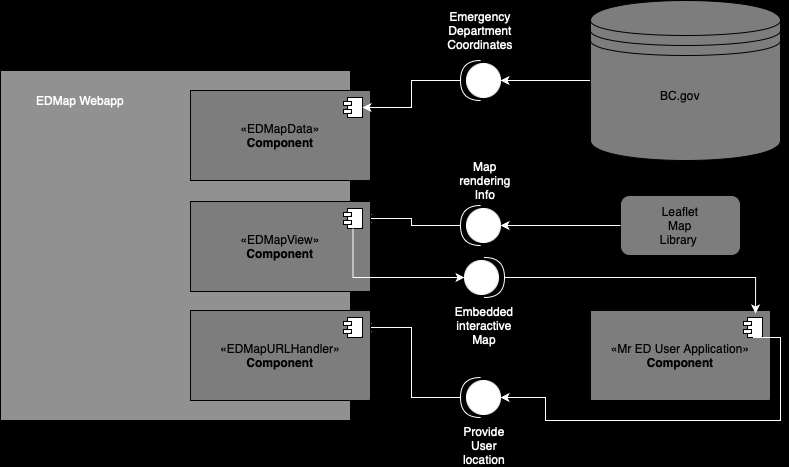
Above: Assets/M2/MapServiceAssets/Map_CC.png in uvic-teach/project-m1-team9 (draw.io), before the change. Source tidied: cells renumbered, new cells last; positions are measured from the earlier drawing's top-left corner, leaving out a move shared by most shapes.
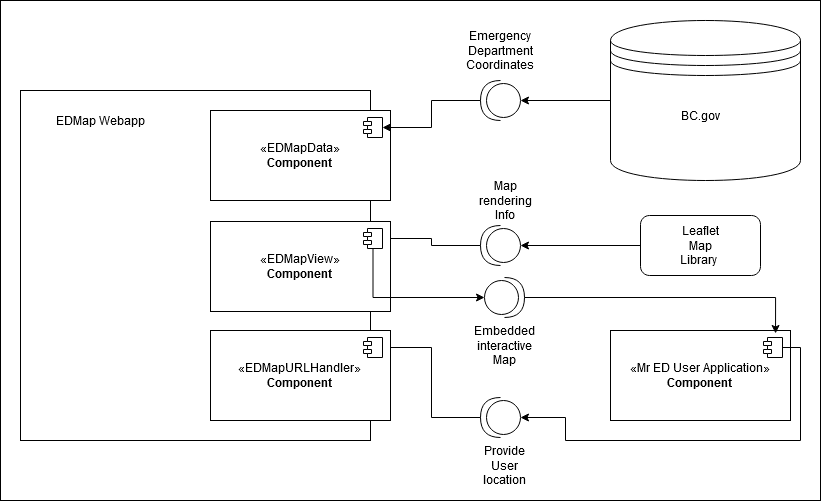
After the change.

Diff of the diagram source:
```diff
@@ -1,8 +1,11 @@
-<mxGraphModel background="#000000">
+<mxGraphModel background="#FFFFFF">
   <root>
     <mxCell id="0" />
     <mxCell id="1" parent="0" />
+    <mxCell id="32" style="rounded=0;whiteSpace=wrap;html=1;" parent="1" vertex="1">
+      <mxGeometry x="-20" y="-20" width="820" height="500" as="geometry" />
+    </mxCell>
-    <mxCell id="2" value="«Mr ED User Application»&lt;br&gt;&lt;b&gt;Component&lt;/b&gt;" style="html=1;whiteSpace=wrap;fillColor=#7D7D7D;" parent="1" vertex="1">
+    <mxCell id="2" value="«Mr ED User Application»&lt;br&gt;&lt;b&gt;Component&lt;/b&gt;" style="html=1;whiteSpace=wrap;" parent="1" vertex="1">
       <mxGeometry x="590" y="310" width="180" height="90" as="geometry" />
     </mxCell>
     <mxCell id="3" style="shape=module;jettyWidth=8;jettyHeight=4;" parent="2" vertex="1">
@@ -10,13 +13,13 @@
         <mxPoint x="-27" y="7" as="offset" />
       </mxGeometry>
     </mxCell>
-    <mxCell id="4" style="whiteSpace=wrap;html=1;labelBackgroundColor=none;fillColor=#919191;" parent="1" vertex="1">
+    <mxCell id="4" style="whiteSpace=wrap;html=1;labelBackgroundColor=none;" parent="1" vertex="1">
       <mxGeometry y="70" width="350" height="350" as="geometry" />
     </mxCell>
-    <mxCell id="5" value="&lt;font color=&quot;#ffffff&quot;&gt;EDMap Webapp&lt;/font&gt;" style="text;html=1;strokeColor=none;fillColor=none;align=center;verticalAlign=middle;whiteSpace=wrap;rounded=0;" parent="1" vertex="1">
+    <mxCell id="5" value="EDMap Webapp" style="text;html=1;align=center;verticalAlign=middle;whiteSpace=wrap;rounded=0;" parent="1" vertex="1">
       <mxGeometry x="10" y="80" width="140" height="40" as="geometry" />
     </mxCell>
-    <mxCell id="6" value="«EDMapData»&lt;br&gt;&lt;b&gt;Component&lt;/b&gt;" style="html=1;whiteSpace=wrap;fillColor=#7D7D7D;" parent="1" vertex="1">
+    <mxCell id="6" value="«EDMapData»&lt;br&gt;&lt;b&gt;Component&lt;/b&gt;" style="html=1;whiteSpace=wrap;" parent="1" vertex="1">
       <mxGeometry x="190" y="90" width="180" height="90" as="geometry" />
     </mxCell>
     <mxCell id="7" style="shape=module;jettyWidth=8;jettyHeight=4;" parent="6" vertex="1">
@@ -24,40 +27,40 @@
         <mxPoint x="-27" y="7" as="offset" />
       </mxGeometry>
     </mxCell>
-    <mxCell id="8" style="edgeStyle=orthogonalEdgeStyle;rounded=0;jettySize=auto;html=1;strokeColor=#FFFFFF;" parent="1" edge="1" source="9" target="11">
+    <mxCell id="8" style="edgeStyle=orthogonalEdgeStyle;rounded=0;jettySize=auto;html=1;" parent="1" edge="1" source="9" target="11">
       <mxGeometry relative="1" as="geometry" />
     </mxCell>
-    <mxCell id="9" style="shape=datastore;whiteSpace=wrap;html=1;fillColor=#7D7D7D;" parent="1" vertex="1">
+    <mxCell id="9" style="shape=datastore;whiteSpace=wrap;html=1;" parent="1" vertex="1">
       <mxGeometry x="590" width="190" height="160" as="geometry" />
     </mxCell>
-    <mxCell id="10" style="edgeStyle=orthogonalEdgeStyle;rounded=0;jettySize=auto;html=1;strokeColor=#FFFFFF;" parent="1" edge="1" source="11" target="7">
+    <mxCell id="10" style="edgeStyle=orthogonalEdgeStyle;rounded=0;jettySize=auto;html=1;" parent="1" edge="1" source="11" target="7">
       <mxGeometry relative="1" as="geometry" />
     </mxCell>
-    <mxCell id="11" style="shape=providedRequiredInterface;html=1;verticalLabelPosition=bottom;sketch=0;rotation=-180;fontColor=#FFFFFF;strokeColor=#FFFFFF;" parent="1" vertex="1">
+    <mxCell id="11" style="shape=providedRequiredInterface;html=1;verticalLabelPosition=bottom;sketch=0;rotation=-180;" parent="1" vertex="1">
       <mxGeometry x="460" y="60" width="40" height="40" as="geometry" />
     </mxCell>
-    <mxCell id="12" value="Emergency Department Coordinates" style="text;html=1;strokeColor=none;fillColor=none;align=center;verticalAlign=middle;whiteSpace=wrap;rounded=0;fontColor=#FFFFFF;" parent="1" vertex="1">
+    <mxCell id="12" value="Emergency Department Coordinates" style="text;html=1;align=center;verticalAlign=middle;whiteSpace=wrap;rounded=0;" parent="1" vertex="1">
       <mxGeometry x="445" y="10" width="70" height="40" as="geometry" />
     </mxCell>
-    <mxCell id="13" style="edgeStyle=orthogonalEdgeStyle;rounded=0;jettySize=auto;html=1;exitX=1;exitY=0.5;exitDx=0;exitDy=0;exitPerimeter=0;entryX=1;entryY=0.5;entryDx=0;entryDy=0;strokeColor=#FFFFFF;" parent="1" edge="1" source="14" target="20">
+    <mxCell id="13" style="edgeStyle=orthogonalEdgeStyle;rounded=0;jettySize=auto;html=1;exitX=1;exitY=0.5;exitDx=0;exitDy=0;exitPerimeter=0;entryX=1;entryY=0.5;entryDx=0;entryDy=0;" parent="1" edge="1" source="14" target="20">
       <mxGeometry relative="1" as="geometry" />
     </mxCell>
-    <mxCell id="14" style="shape=providedRequiredInterface;html=1;verticalLabelPosition=bottom;sketch=0;rotation=-180;fillColor=default;strokeColor=#FFFFFF;" parent="1" vertex="1">
+    <mxCell id="14" style="shape=providedRequiredInterface;html=1;verticalLabelPosition=bottom;sketch=0;rotation=-180;" parent="1" vertex="1">
       <mxGeometry x="460" y="205" width="40" height="40" as="geometry" />
     </mxCell>
-    <mxCell id="15" style="rounded=1;whiteSpace=wrap;html=1;fillColor=#7D7D7D;" parent="1" vertex="1">
+    <mxCell id="15" style="rounded=1;whiteSpace=wrap;html=1;" parent="1" vertex="1">
       <mxGeometry x="620" y="195" width="120" height="60" as="geometry" />
     </mxCell>
-    <mxCell id="16" value="BC.gov" style="text;html=1;strokeColor=none;fillColor=none;align=center;verticalAlign=middle;whiteSpace=wrap;rounded=0;" parent="1" vertex="1">
+    <mxCell id="16" value="BC.gov" style="text;html=1;align=center;verticalAlign=middle;whiteSpace=wrap;rounded=0;" parent="1" vertex="1">
       <mxGeometry x="650" y="80" width="60" height="30" as="geometry" />
     </mxCell>
-    <mxCell id="17" value="Leaflet Map Library&amp;nbsp;" style="text;html=1;strokeColor=none;fillColor=none;align=center;verticalAlign=middle;whiteSpace=wrap;rounded=0;" parent="1" vertex="1">
+    <mxCell id="17" value="Leaflet Map Library&amp;nbsp;" style="text;html=1;align=center;verticalAlign=middle;whiteSpace=wrap;rounded=0;" parent="1" vertex="1">
       <mxGeometry x="650" y="210" width="60" height="30" as="geometry" />
     </mxCell>
-    <mxCell id="18" style="edgeStyle=orthogonalEdgeStyle;rounded=0;jettySize=auto;html=1;exitX=0;exitY=0.5;exitDx=0;exitDy=0;entryX=0;entryY=0.5;entryDx=0;entryDy=0;entryPerimeter=0;strokeColor=#FFFFFF;" parent="1" edge="1" source="15" target="14">
+    <mxCell id="18" style="edgeStyle=orthogonalEdgeStyle;rounded=0;jettySize=auto;html=1;exitX=0;exitY=0.5;exitDx=0;exitDy=0;entryX=0;entryY=0.5;entryDx=0;entryDy=0;entryPerimeter=0;" parent="1" edge="1" source="15" target="14">
       <mxGeometry relative="1" as="geometry" />
     </mxCell>
-    <mxCell id="19" value="«EDMapView»&lt;br&gt;&lt;b&gt;Component&lt;/b&gt;" style="html=1;whiteSpace=wrap;fillColor=#7D7D7D;" parent="1" vertex="1">
+    <mxCell id="19" value="«EDMapView»&lt;br&gt;&lt;b&gt;Component&lt;/b&gt;" style="html=1;whiteSpace=wrap;" parent="1" vertex="1">
       <mxGeometry x="190" y="201" width="180" height="90" as="geometry" />
     </mxCell>
     <mxCell id="20" style="shape=module;jettyWidth=8;jettyHeight=4;" parent="19" vertex="1">
@@ -65,38 +68,38 @@
         <mxPoint x="-27" y="7" as="offset" />
       </mxGeometry>
     </mxCell>
-    <mxCell id="21" style="edgeStyle=orthogonalEdgeStyle;rounded=0;jettySize=auto;html=1;exitX=1;exitY=0.5;exitDx=0;exitDy=0;exitPerimeter=0;entryX=0.917;entryY=0.033;entryDx=0;entryDy=0;entryPerimeter=0;strokeColor=#FFFFFF;" parent="1" edge="1" source="22" target="2">
+    <mxCell id="21" style="edgeStyle=orthogonalEdgeStyle;rounded=0;jettySize=auto;html=1;exitX=1;exitY=0.5;exitDx=0;exitDy=0;exitPerimeter=0;entryX=0.917;entryY=0.033;entryDx=0;entryDy=0;entryPerimeter=0;" parent="1" edge="1" source="22" target="2">
       <mxGeometry relative="1" as="geometry" />
     </mxCell>
-    <mxCell id="22" style="shape=providedRequiredInterface;html=1;verticalLabelPosition=bottom;sketch=0;rotation=-180;direction=west;fillColor=#FFFFFF;strokeColor=#FCFCFC;" parent="1" vertex="1">
+    <mxCell id="22" style="shape=providedRequiredInterface;html=1;verticalLabelPosition=bottom;sketch=0;rotation=-180;direction=west;" parent="1" vertex="1">
       <mxGeometry x="464" y="257" width="40" height="40" as="geometry" />
     </mxCell>
-    <mxCell id="23" style="edgeStyle=orthogonalEdgeStyle;rounded=0;jettySize=auto;html=1;exitX=0.5;exitY=1;exitDx=0;exitDy=0;entryX=0;entryY=0.5;entryDx=0;entryDy=0;entryPerimeter=0;strokeColor=#FFFFFF;" parent="1" edge="1" source="20" target="22">
+    <mxCell id="23" style="edgeStyle=orthogonalEdgeStyle;rounded=0;jettySize=auto;html=1;exitX=0.5;exitY=1;exitDx=0;exitDy=0;entryX=0;entryY=0.5;entryDx=0;entryDy=0;entryPerimeter=0;" parent="1" edge="1" source="20" target="22">
       <mxGeometry relative="1" as="geometry" />
     </mxCell>
-    <mxCell id="24" value="Map rendering Info" style="text;html=1;strokeColor=none;fillColor=none;align=center;verticalAlign=middle;whiteSpace=wrap;rounded=0;fontColor=#FFFFFF;" parent="1" vertex="1">
+    <mxCell id="24" value="Map rendering Info" style="text;html=1;align=center;verticalAlign=middle;whiteSpace=wrap;rounded=0;" parent="1" vertex="1">
       <mxGeometry x="455" y="165" width="60" height="30" as="geometry" />
     </mxCell>
-    <mxCell id="25" value="Embedded interactive Map" style="text;html=1;strokeColor=none;fillColor=none;align=center;verticalAlign=middle;whiteSpace=wrap;rounded=0;fontColor=#FFFFFF;" parent="1" vertex="1">
+    <mxCell id="25" value="Embedded interactive Map" style="text;html=1;align=center;verticalAlign=middle;whiteSpace=wrap;rounded=0;" parent="1" vertex="1">
       <mxGeometry x="454" y="310" width="60" height="30" as="geometry" />
     </mxCell>
-    <mxCell id="26" style="edgeStyle=orthogonalEdgeStyle;rounded=0;jettySize=auto;html=1;exitX=1;exitY=0.5;exitDx=0;exitDy=0;exitPerimeter=0;entryX=1;entryY=0.5;entryDx=0;entryDy=0;strokeColor=#FFFFFF;" parent="1" edge="1" source="27" target="30">
+    <mxCell id="26" style="edgeStyle=orthogonalEdgeStyle;rounded=0;jettySize=auto;html=1;exitX=1;exitY=0.5;exitDx=0;exitDy=0;exitPerimeter=0;entryX=1;entryY=0.5;entryDx=0;entryDy=0;" parent="1" edge="1" source="27" target="30">
       <mxGeometry relative="1" as="geometry" />
     </mxCell>
-    <mxCell id="27" style="shape=providedRequiredInterface;html=1;verticalLabelPosition=bottom;sketch=0;rotation=-180;fillColor=#FFFFFF;strokeColor=#FFFFFF;" parent="1" vertex="1">
+    <mxCell id="27" style="shape=providedRequiredInterface;html=1;verticalLabelPosition=bottom;sketch=0;rotation=-180;" parent="1" vertex="1">
       <mxGeometry x="460" y="377" width="40" height="40" as="geometry" />
     </mxCell>
-    <mxCell id="28" style="edgeStyle=orthogonalEdgeStyle;rounded=0;jettySize=auto;html=1;exitX=0.5;exitY=1;exitDx=0;exitDy=0;entryX=0;entryY=0.5;entryDx=0;entryDy=0;entryPerimeter=0;strokeColor=#FFFFFF;" parent="1" edge="1" source="3" target="27">
+    <mxCell id="28" style="edgeStyle=orthogonalEdgeStyle;rounded=0;jettySize=auto;html=1;exitX=1;exitY=0.5;exitDx=0;exitDy=0;entryX=0;entryY=0.5;entryDx=0;entryDy=0;entryPerimeter=0;" parent="1" edge="1" source="3" target="27">
       <mxGeometry relative="1" as="geometry">
         <Array as="points">
-          <mxPoint x="780" y="337" />
+          <mxPoint x="780" y="327" />
           <mxPoint x="780" y="420" />
           <mxPoint x="545" y="420" />
           <mxPoint x="545" y="397" />
         </Array>
       </mxGeometry>
     </mxCell>
-    <mxCell id="29" value="«EDMapURLHandler»&lt;br&gt;&lt;b&gt;Component&lt;/b&gt;" style="html=1;whiteSpace=wrap;fillColor=#7D7D7D;" parent="1" vertex="1">
+    <mxCell id="29" value="«EDMapURLHandler»&lt;br&gt;&lt;b&gt;Component&lt;/b&gt;" style="html=1;whiteSpace=wrap;" parent="1" vertex="1">
       <mxGeometry x="190" y="310" width="180" height="90" as="geometry" />
     </mxCell>
     <mxCell id="30" style="shape=module;jettyWidth=8;jettyHeight=4;" parent="29" vertex="1">
@@ -104,7 +107,7 @@
         <mxPoint x="-27" y="7" as="offset" />
       </mxGeometry>
     </mxCell>
-    <mxCell id="31" value="Provide User location" style="text;html=1;strokeColor=none;fillColor=none;align=center;verticalAlign=middle;whiteSpace=wrap;rounded=0;fontColor=#FFFFFF;" parent="1" vertex="1">
+    <mxCell id="31" value="Provide User location" style="text;html=1;align=center;verticalAlign=middle;whiteSpace=wrap;rounded=0;" parent="1" vertex="1">
       <mxGeometry x="454" y="430" width="60" height="30" as="geometry" />
     </mxCell>
   </root>
```
